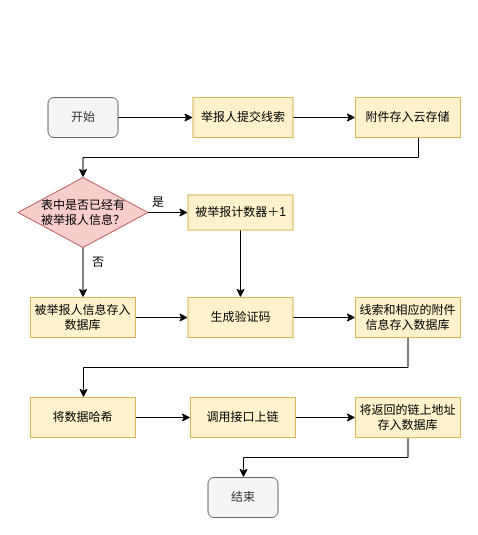
Earlier version of the draw.io diagram flc.drawio (jiang-111/crispy-parakeet). Source tidied: cells renumbered, new cells numbered last; positions are measured from the earlier drawing's top-left corner, leaving out a move shared by most shapes. Both pictures are drawn from the tidied source at 100%, with x=0, y=0 at pixel (17, 97).
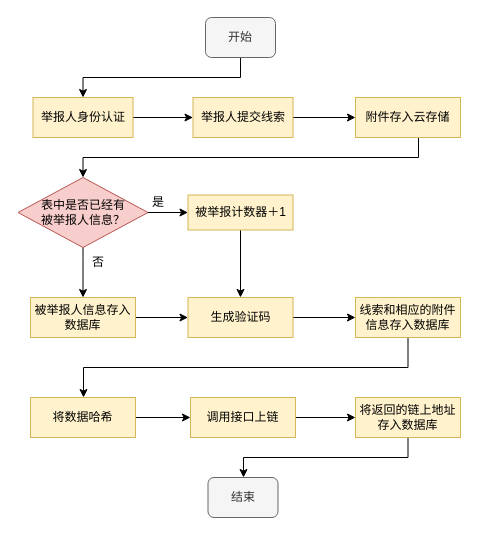
Above is the later version.

Unchanged cells that the change refers to:
```xml
<mxCell id="6" value="举报人提交线索" style="rounded=0;whiteSpace=wrap;html=1;fillColor=#fff2cc;strokeColor=#d6b656;" parent="1" vertex="1">
  <mxGeometry x="175.5" width="100" height="40" as="geometry" />
</mxCell>
```

What changed in the source:
```diff
@@
-    <mxCell id="2" style="edgeStyle=orthogonalEdgeStyle;rounded=0;jettySize=auto;html=1;" parent="1" edge="1" source="3" target="6">
-      <mxGeometry relative="1" as="geometry" />
-    </mxCell>
+    <mxCell id="28" style="edgeStyle=orthogonalEdgeStyle;rounded=0;jettySize=auto;html=1;entryX=0.5;entryY=0;entryDx=0;entryDy=0;exitX=0.5;exitY=1;exitDx=0;exitDy=0;" parent="1" edge="1" source="3" target="30">
+      <mxGeometry relative="1" as="geometry" />
+    </mxCell>
     <mxCell id="3" value="开始" style="rounded=1;whiteSpace=wrap;html=1;fillColor=#f5f5f5;fontColor=#333333;strokeColor=#666666;" parent="1" vertex="1">
-      <mxGeometry x="30.5" width="70" height="40" as="geometry" />
+      <mxGeometry x="188" y="-80" width="70" height="40" as="geometry" />
     </mxCell>
@@
+    <mxCell id="29" style="edgeStyle=orthogonalEdgeStyle;rounded=0;jettySize=auto;html=1;" parent="1" edge="1" source="30" target="6">
+      <mxGeometry relative="1" as="geometry" />
+    </mxCell>
+    <mxCell id="30" value="举报人身份认证" style="rounded=0;whiteSpace=wrap;html=1;fillColor=#fff2cc;strokeColor=#d6b656;" parent="1" vertex="1">
+      <mxGeometry x="15.5" width="100" height="40" as="geometry" />
+    </mxCell>
```
